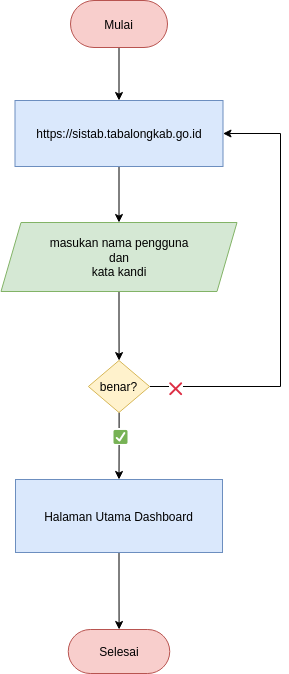
Before: Login-sistem.png, a diagram exported from draw.io (Rusadi-0/navbar). Source tidied: cells renumbered, new cells last; positions are measured from the earlier drawing's top-left corner, leaving out a move shared by most shapes.
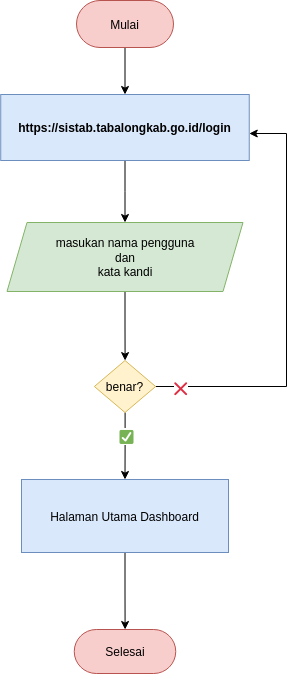
After the change.

Change to the diagram source:
```diff
@@ -11,8 +11,8 @@
     <mxCell id="4" style="edgeStyle=orthogonalEdgeStyle;rounded=0;jettySize=auto;html=1;" parent="1" edge="1" source="5" target="7">
       <mxGeometry relative="1" as="geometry" />
     </mxCell>
-    <mxCell id="5" value="https://sistab.tabalongkab.go.id" style="rounded=0;whiteSpace=wrap;html=1;fillColor=#dae8fc;strokeColor=#6c8ebf;" parent="1" vertex="1">
-      <mxGeometry x="14.5" y="100" width="208" height="66" as="geometry" />
+    <mxCell id="5" value="&lt;b&gt;https://sistab.tabalongkab.go.id/login&lt;/b&gt;" style="rounded=0;whiteSpace=wrap;html=1;fillColor=#dae8fc;strokeColor=#6c8ebf;" parent="1" vertex="1">
+      <mxGeometry x="-5.8" y="94" width="248.5" height="66" as="geometry" />
     </mxCell>
     <mxCell id="6" style="edgeStyle=orthogonalEdgeStyle;rounded=0;jettySize=auto;html=1;" parent="1" edge="1" source="7" target="12">
       <mxGeometry relative="1" as="geometry" />
```
